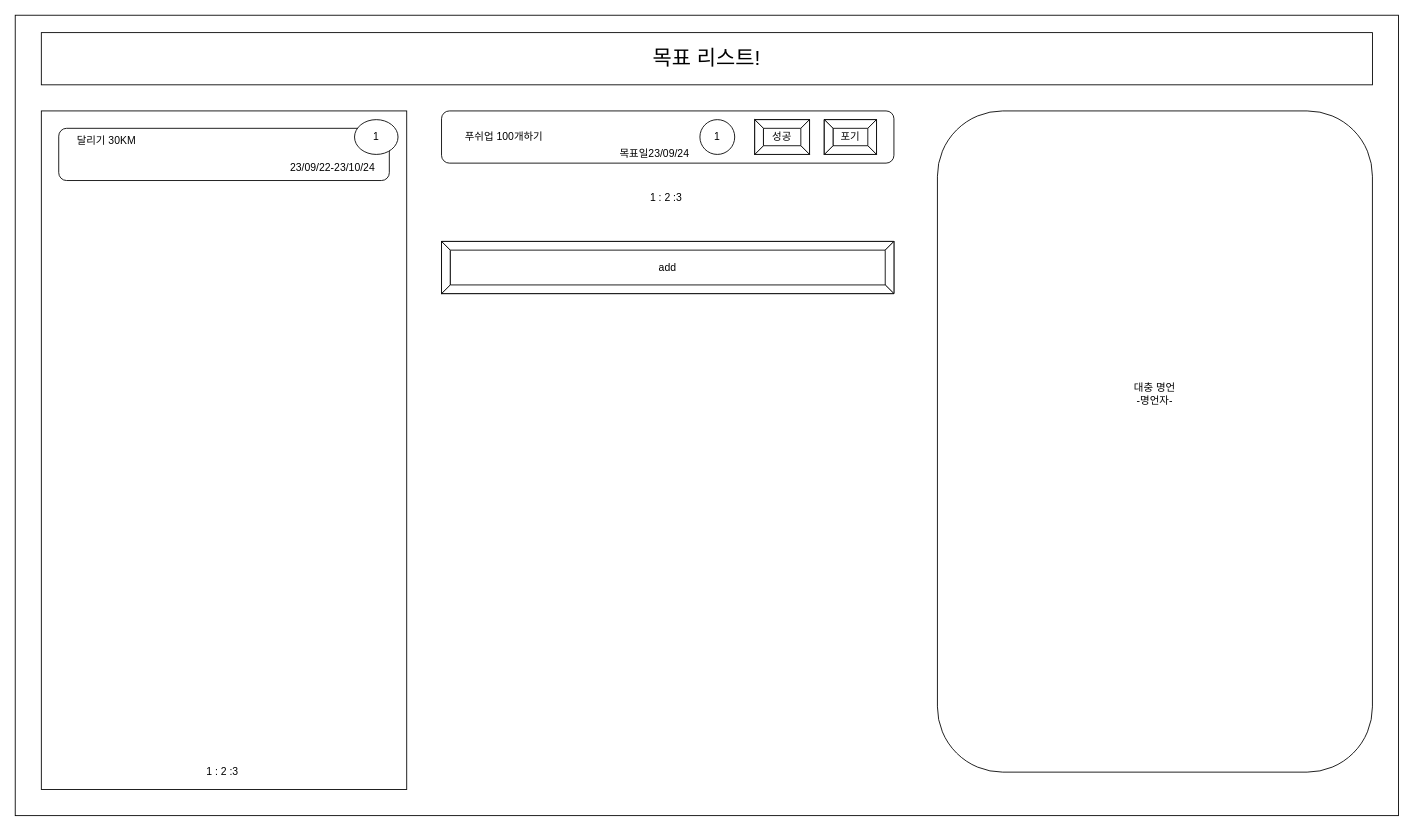
Before: .drawio in 231p0w0q132/blueprint, a draw.io diagram. Source tidied: cells renumbered, new cells numbered last; positions are measured from the earlier drawing's top-left corner, leaving out a move shared by most shapes. Both pictures are drawn from the tidied source at 87%, with x=0, y=0 at pixel (15, 15).
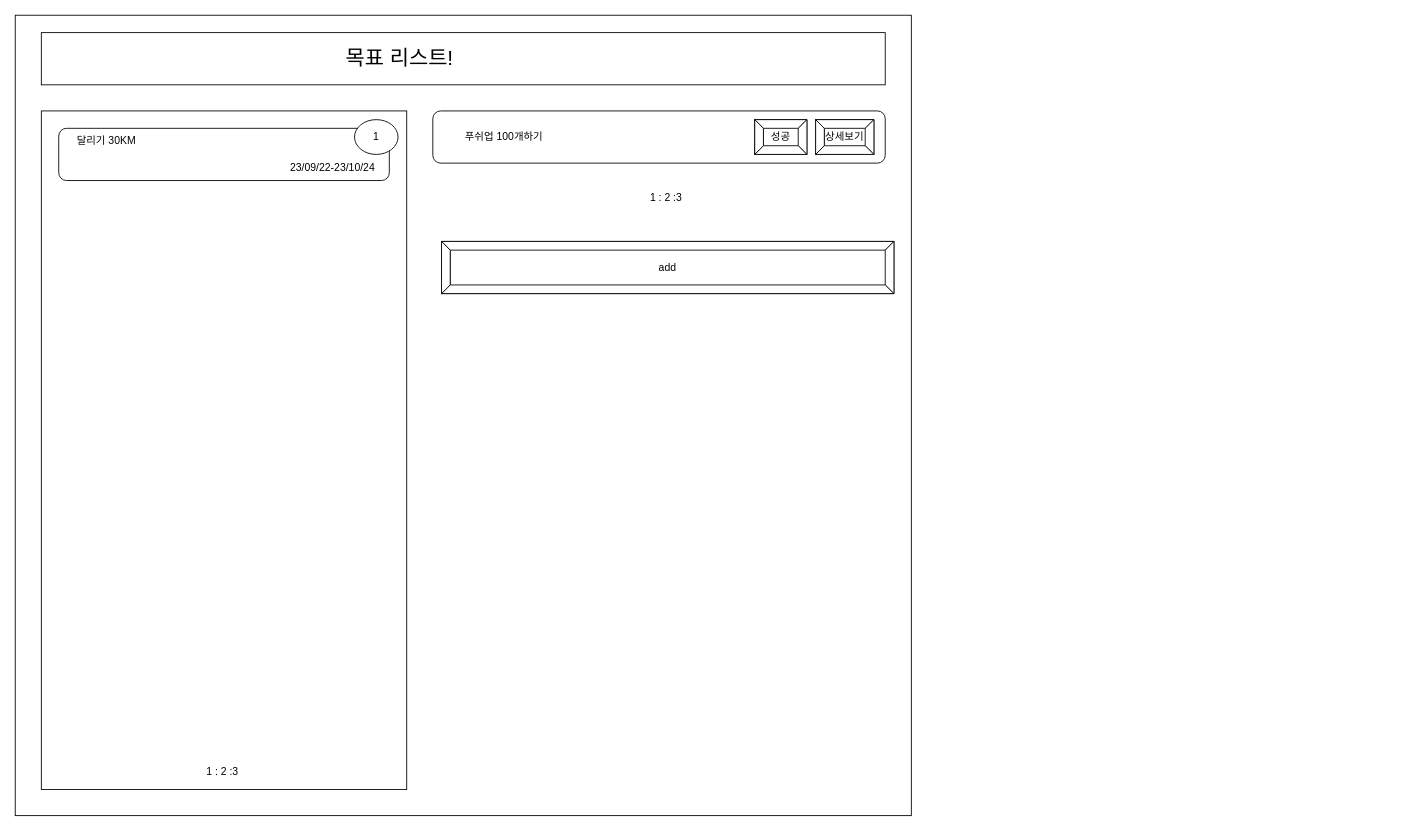
After the change.

The edit, as a diff of the source:
```diff
@@
     <mxCell id="2" style="rounded=0;whiteSpace=wrap;html=1;" parent="1" vertex="1">
-      <mxGeometry width="1590" height="920" as="geometry" />
+      <mxGeometry width="1030" height="920" as="geometry" />
     </mxCell>
@@
     <mxCell id="4" style="rounded=1;whiteSpace=wrap;html=1;" parent="1" vertex="1">
-      <mxGeometry x="490" y="110" width="520" height="60" as="geometry" />
+      <mxGeometry x="480" y="110" width="520" height="60" as="geometry" />
     </mxCell>
     <mxCell id="5" style="rounded=0;whiteSpace=wrap;html=1;" parent="1" vertex="1">
-      <mxGeometry x="30" y="20" width="1530" height="60" as="geometry" />
+      <mxGeometry x="30" y="20" width="970" height="60" as="geometry" />
     </mxCell>
@@
     <mxCell id="7" value="목표 리스트!" style="text;html=1;strokeColor=none;fillColor=none;align=center;verticalAlign=middle;whiteSpace=wrap;rounded=0;fontSize=24;" parent="1" vertex="1">
-      <mxGeometry x="723" y="35" width="144" height="30" as="geometry" />
+      <mxGeometry x="370" y="35" width="144" height="30" as="geometry" />
     </mxCell>
@@
-    <mxCell id="12" value="성공" style="labelPosition=center;verticalLabelPosition=middle;align=center;html=1;shape=mxgraph.basic.button;dx=10;whiteSpace=wrap;" parent="1" vertex="1">
-      <mxGeometry x="850" y="120" width="63" height="40" as="geometry" />
-    </mxCell>
-    <mxCell id="13" value="포기" style="labelPosition=center;verticalLabelPosition=middle;align=center;html=1;shape=mxgraph.basic.button;dx=10;whiteSpace=wrap;" parent="1" vertex="1">
-      <mxGeometry x="930" y="120" width="60" height="40" as="geometry" />
-    </mxCell>
-    <mxCell id="14" style="verticalLabelPosition=bottom;verticalAlign=top;html=1;shape=mxgraph.flowchart.on-page_reference;" parent="1" vertex="1">
-      <mxGeometry x="787" y="120" width="40" height="40" as="geometry" />
-    </mxCell>
-    <mxCell id="15" value="1" style="text;html=1;strokeColor=none;fillColor=none;align=center;verticalAlign=middle;whiteSpace=wrap;rounded=0;" parent="1" vertex="1">
-      <mxGeometry x="777" y="125" width="60" height="30" as="geometry" />
-    </mxCell>
@@
-    <mxCell id="17" value="목표일23/09/24" style="text;html=1;strokeColor=none;fillColor=none;align=center;verticalAlign=middle;whiteSpace=wrap;rounded=0;" parent="1" vertex="1">
-      <mxGeometry x="680" y="145" width="110" height="30" as="geometry" />
-    </mxCell>
@@
-    <mxCell id="20" style="rounded=1;whiteSpace=wrap;html=1;" parent="1" vertex="1">
-      <mxGeometry x="1060" y="110" width="500" height="760" as="geometry" />
-    </mxCell>
-    <mxCell id="21" value="대충 명언&lt;br&gt;-명언자-" style="text;html=1;strokeColor=none;fillColor=none;align=center;verticalAlign=middle;whiteSpace=wrap;rounded=0;" parent="1" vertex="1">
-      <mxGeometry x="1280" y="420" width="60" height="30" as="geometry" />
-    </mxCell>
+    <mxCell id="22" value="상세보기" style="labelPosition=center;verticalLabelPosition=middle;align=center;html=1;shape=mxgraph.basic.button;dx=10;whiteSpace=wrap;" parent="1" vertex="1">
+      <mxGeometry x="920" y="120" width="67" height="40" as="geometry" />
+    </mxCell>
+    <mxCell id="12" value="성공" style="labelPosition=center;verticalLabelPosition=middle;align=center;html=1;shape=mxgraph.basic.button;dx=10;whiteSpace=wrap;" parent="1" vertex="1">
+      <mxGeometry x="850" y="120" width="60" height="40" as="geometry" />
+    </mxCell>
```
